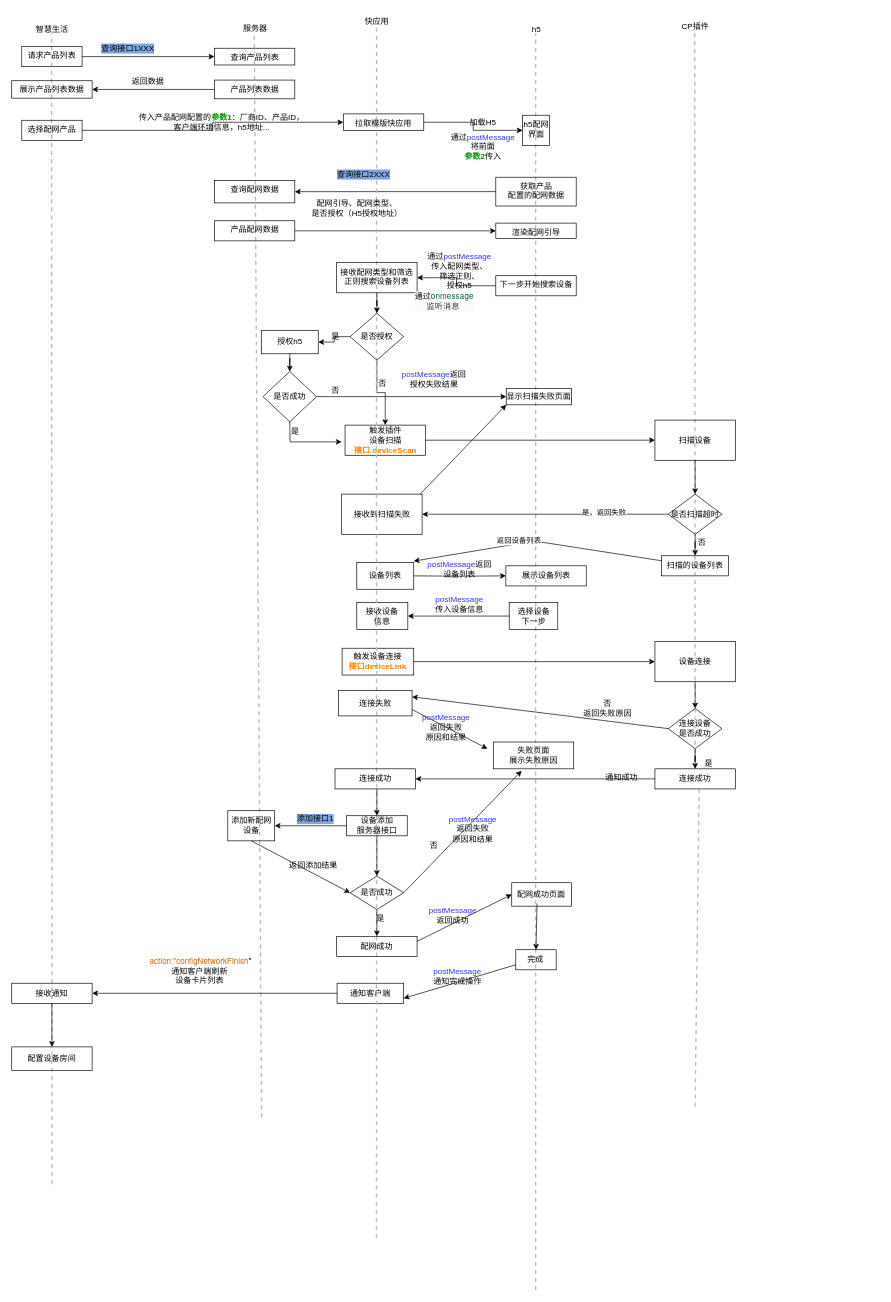
This is page "配网流程+插件" (3 of 5) of 流程图.drawio from xili95/liuChengTu, a draw.io file, before an edit. Source tidied: cells renumbered, new cells numbered last; positions are measured from the earlier drawing's top-left corner, leaving out a move shared by most shapes. Both pictures are drawn from the tidied source at 67%, with x=0, y=0 at pixel (11, 11).
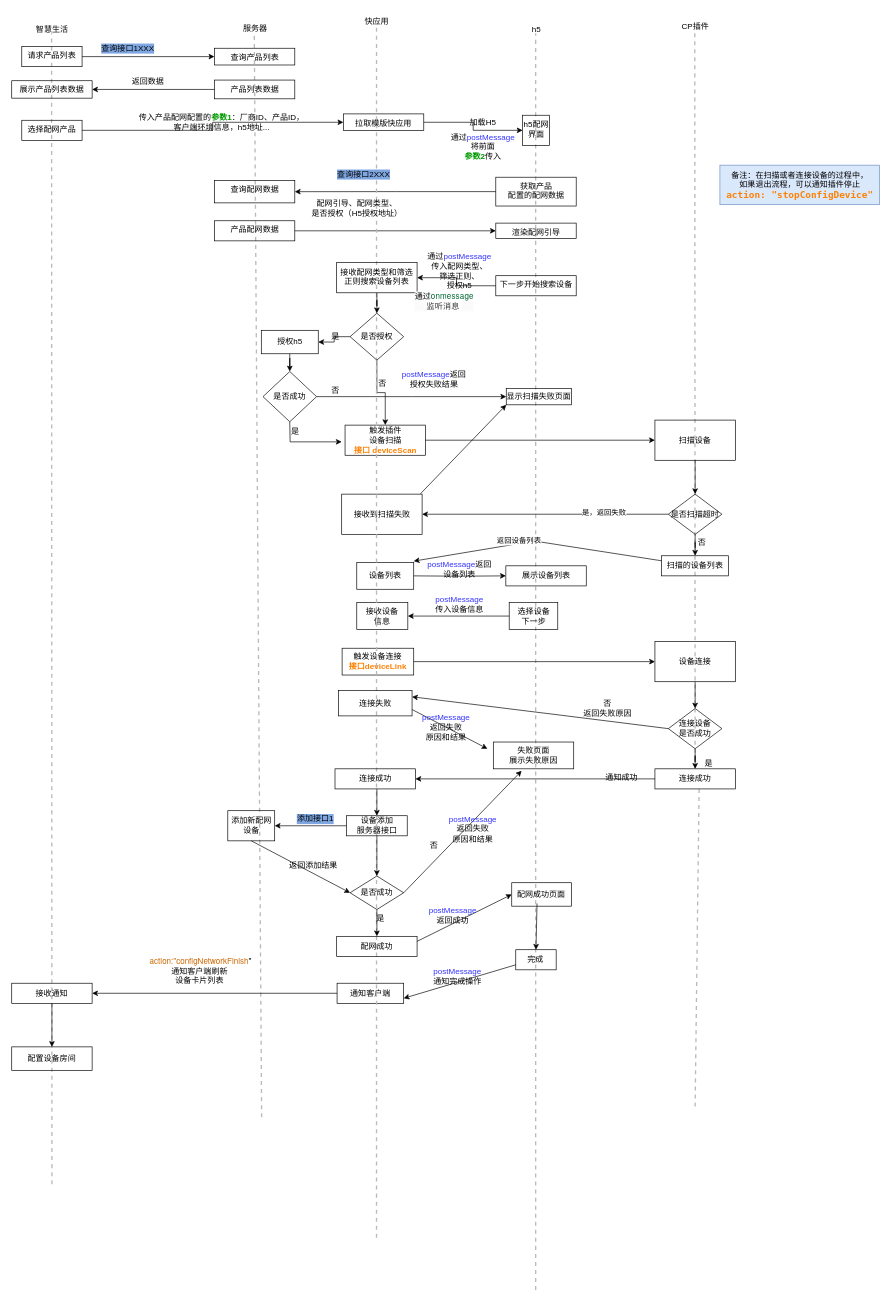
Above is the later version.

What changed in the source:
```diff
@@
+    <mxCell id="127" value="备注：在扫描或者连接设备的过程中，&lt;div&gt;如果退出流程，可以通知插件停止&lt;div&gt;&lt;font style=&quot;color: rgb(255, 128, 0); font-size: 14px;&quot;&gt;&lt;b style=&quot;&quot;&gt;&lt;span style=&quot;font-family: Menlo, Monaco, &amp;quot;Courier New&amp;quot;, monospace; white-space-collapse: preserve;&quot;&gt;action: &lt;/span&gt;&lt;span style=&quot;font-family: Menlo, Monaco, &amp;quot;Courier New&amp;quot;, monospace; white-space-collapse: preserve;&quot;&gt;&quot;stopConfigDevice&quot;&lt;/span&gt;&lt;/b&gt;&lt;/font&gt;&lt;/div&gt;&lt;/div&gt;" style="text;html=1;align=center;verticalAlign=middle;strokeColor=#6c8ebf;fillColor=#dae8fc;" parent="1" vertex="1">
+      <mxGeometry x="1057" y="229" width="238" height="59" as="geometry" />
+    </mxCell>
```
